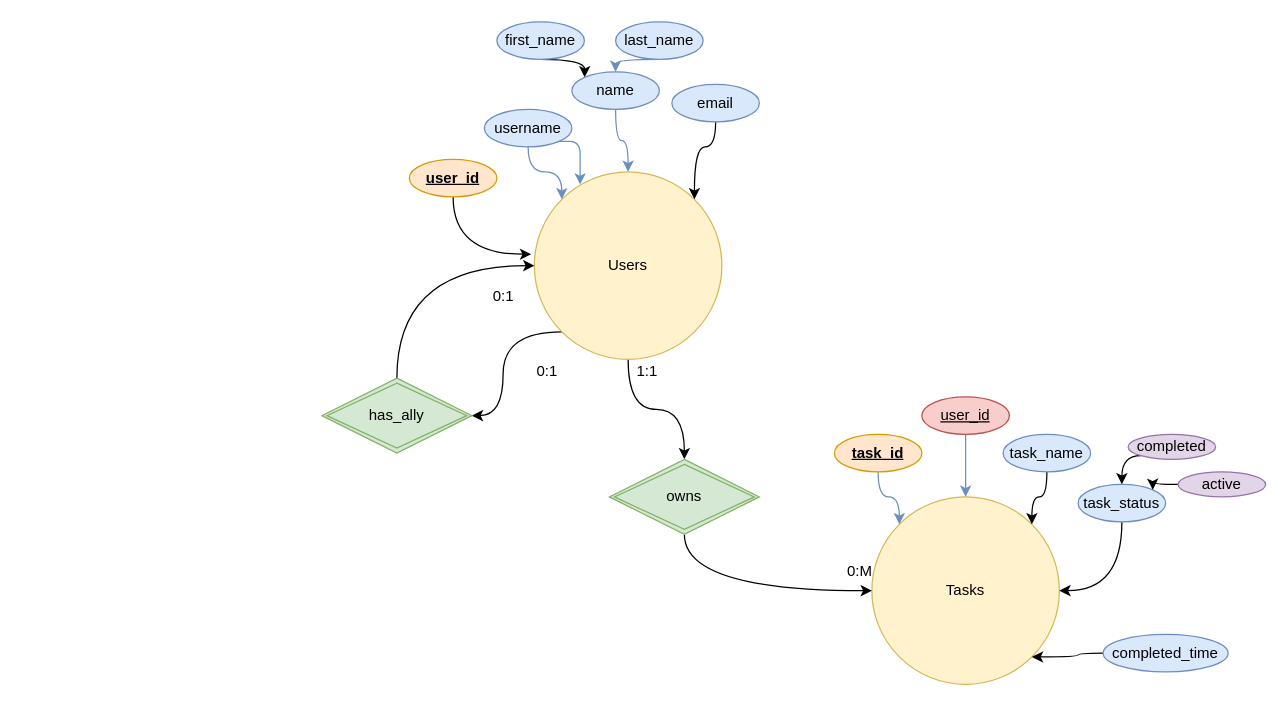
This is Untitled Diagram.drawio from Vahid1919/vahid1919.github.io, a draw.io file, before an edit. Source tidied: cells renumbered, new cells numbered last; positions are measured from the earlier drawing's top-left corner, leaving out a move shared by most shapes. Both pictures are drawn from the tidied source at 125%, with x=0, y=0 at pixel (321, 21).
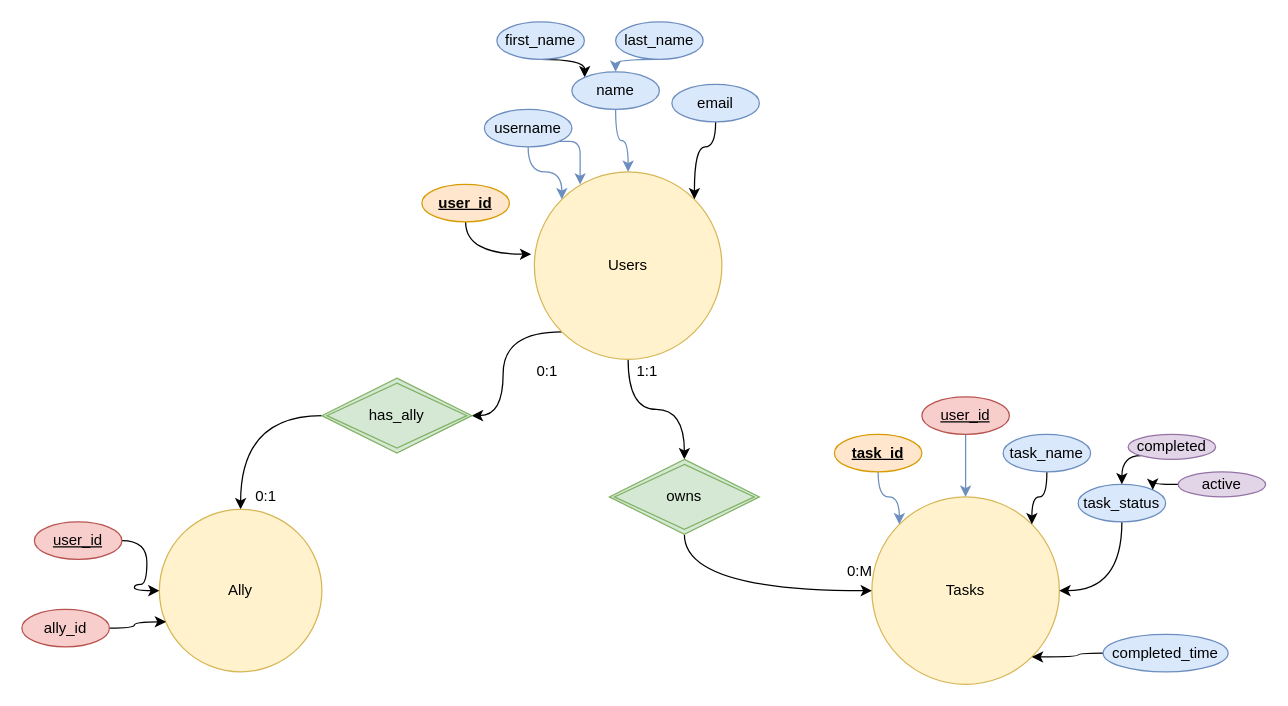
Above is the later version.

Unchanged cells that the change refers to:
```xml
<mxCell id="4" value="Users" style="ellipse;whiteSpace=wrap;html=1;fillColor=#fff2cc;strokeColor=#d6b656;" parent="1" vertex="1">
  <mxGeometry x="170" y="120" width="150" height="150" as="geometry" />
</mxCell>
<mxCell id="38" value="has_ally" style="shape=rhombus;double=1;perimeter=rhombusPerimeter;whiteSpace=wrap;html=1;align=center;fillColor=#d5e8d4;strokeColor=#82b366;" parent="1" vertex="1">
  <mxGeometry y="285" width="120" height="60" as="geometry" />
</mxCell>
```

The edit, as a diff of the source:
```diff
@@
     <mxCell id="6" value="user_id" style="ellipse;whiteSpace=wrap;html=1;fillColor=#ffe6cc;strokeColor=#d79b00;fontStyle=5;" parent="1" vertex="1">
-      <mxGeometry x="70" y="110" width="70" height="30" as="geometry" />
+      <mxGeometry x="80" y="130" width="70" height="30" as="geometry" />
     </mxCell>
@@
-    <mxCell id="37" style="edgeStyle=orthogonalEdgeStyle;curved=1;rounded=1;jettySize=auto;html=1;exitX=0.5;exitY=0;exitDx=0;exitDy=0;entryX=0;entryY=0.5;entryDx=0;entryDy=0;strokeWidth=1;" parent="1" edge="1" source="38" target="4">
-      <mxGeometry relative="1" as="geometry" />
-    </mxCell>
+    <mxCell id="41" style="edgeStyle=orthogonalEdgeStyle;curved=1;rounded=1;jettySize=auto;html=1;exitX=0;exitY=0.5;exitDx=0;exitDy=0;strokeWidth=1;entryX=0.5;entryY=0;entryDx=0;entryDy=0;" parent="1" edge="1" source="38" target="42">
+      <mxGeometry relative="1" as="geometry" />
+    </mxCell>
@@
     <mxCell id="39" value="0:1" style="text;html=1;align=center;verticalAlign=middle;strokeColor=none;fillColor=none;" parent="1" vertex="1">
-      <mxGeometry x="130" y="210" width="30" height="20" as="geometry" />
+      <mxGeometry x="-60" y="370" width="30" height="20" as="geometry" />
     </mxCell>
@@
+    <mxCell id="42" value="Ally" style="ellipse;whiteSpace=wrap;html=1;fillColor=#fff2cc;strokeColor=#d6b656;" parent="1" vertex="1">
+      <mxGeometry x="-130" y="390" width="130" height="130" as="geometry" />
+    </mxCell>
+    <mxCell id="43" style="edgeStyle=orthogonalEdgeStyle;curved=1;rounded=1;jettySize=auto;html=1;exitX=1;exitY=0.5;exitDx=0;exitDy=0;entryX=0;entryY=0.5;entryDx=0;entryDy=0;strokeWidth=1;" parent="1" edge="1" source="44" target="42">
+      <mxGeometry relative="1" as="geometry" />
+    </mxCell>
+    <mxCell id="44" value="user_id" style="ellipse;whiteSpace=wrap;html=1;fillColor=#f8cecc;strokeColor=#b85450;fontStyle=4;" parent="1" vertex="1">
+      <mxGeometry x="-230" y="400" width="70" height="30" as="geometry" />
+    </mxCell>
+    <mxCell id="45" style="edgeStyle=orthogonalEdgeStyle;curved=1;rounded=1;jettySize=auto;html=1;exitX=1;exitY=0.5;exitDx=0;exitDy=0;entryX=0.041;entryY=0.692;entryDx=0;entryDy=0;entryPerimeter=0;strokeWidth=1;" parent="1" edge="1" source="46" target="42">
+      <mxGeometry relative="1" as="geometry" />
+    </mxCell>
+    <mxCell id="46" value="ally_id" style="ellipse;whiteSpace=wrap;html=1;fillColor=#f8cecc;strokeColor=#b85450;fontStyle=0;" parent="1" vertex="1">
+      <mxGeometry x="-240" y="470" width="70" height="30" as="geometry" />
+    </mxCell>
```
